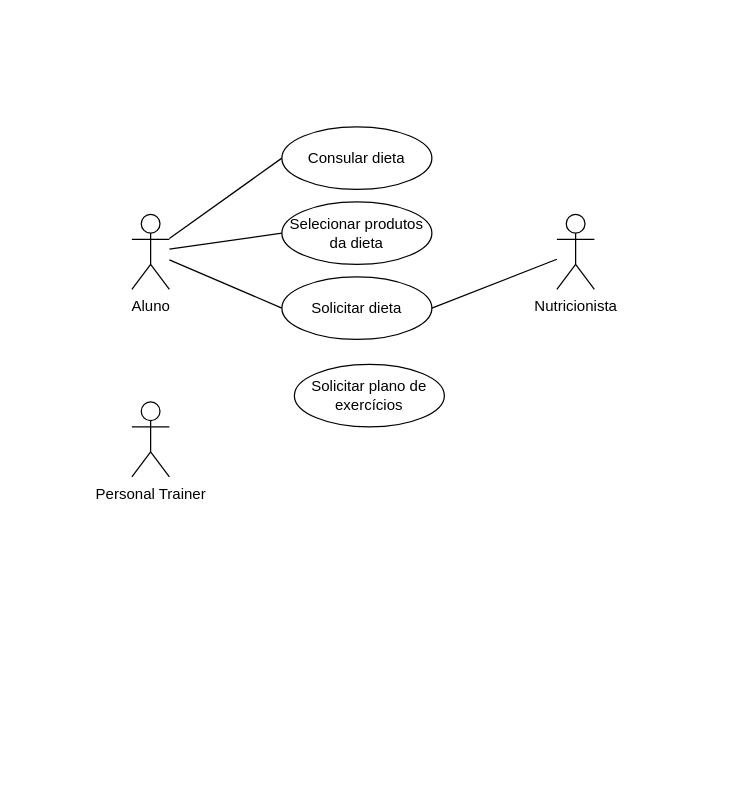
LucBonnet/projeto-ES-FEI keeps this draw.io diagram as CasosDeUso.drawio. Above is the earlier version. Source tidied: cells renumbered, new cells numbered last; positions are measured from the earlier drawing's top-left corner, leaving out a move shared by most shapes. Both pictures are drawn from the tidied source at 125%, with x=0, y=0 at pixel (131, 126).
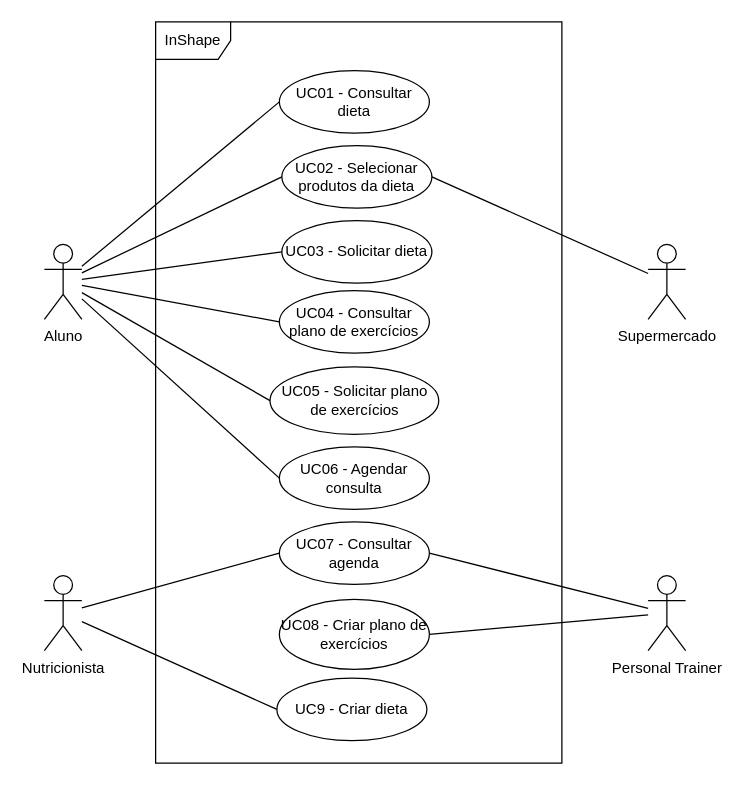
The same page after the edit.

Commit message:
Correção do diagrama de casos de uso

Change to the diagram source:
```diff
@@
+    <mxCell id="13" style="rounded=0;jettySize=auto;html=1;entryX=0;entryY=0.5;entryDx=0;entryDy=0;endArrow=none;endFill=0;" parent="1" edge="1" source="4" target="23">
+      <mxGeometry relative="1" as="geometry" />
+    </mxCell>
     <mxCell id="4" value="Aluno" style="shape=umlActor;verticalLabelPosition=bottom;verticalAlign=top;html=1;outlineConnect=0;" parent="1" vertex="1">
-      <mxGeometry y="70" width="30" height="60" as="geometry" />
+      <mxGeometry x="-70" y="94" width="30" height="60" as="geometry" />
     </mxCell>
-    <mxCell id="5" style="rounded=0;jettySize=auto;html=1;endArrow=none;endFill=0;entryX=1;entryY=0.5;entryDx=0;entryDy=0;" parent="1" edge="1" source="6" target="8">
-      <mxGeometry relative="1" as="geometry" />
-    </mxCell>
+    <mxCell id="14" style="rounded=0;jettySize=auto;html=1;entryX=0;entryY=0.5;entryDx=0;entryDy=0;endArrow=none;endFill=0;" parent="1" edge="1" source="6" target="12">
+      <mxGeometry relative="1" as="geometry" />
+    </mxCell>
+    <mxCell id="15" style="rounded=0;jettySize=auto;html=1;entryX=0;entryY=0.5;entryDx=0;entryDy=0;endArrow=none;endFill=0;" parent="1" edge="1" source="6" target="24">
+      <mxGeometry relative="1" as="geometry" />
+    </mxCell>
     <mxCell id="6" value="Nutricionista" style="shape=umlActor;verticalLabelPosition=bottom;verticalAlign=top;html=1;outlineConnect=0;" parent="1" vertex="1">
-      <mxGeometry x="340" y="70" width="30" height="60" as="geometry" />
+      <mxGeometry x="-70" y="359" width="30" height="60" as="geometry" />
     </mxCell>
+    <mxCell id="16" style="rounded=0;jettySize=auto;html=1;entryX=1;entryY=0.5;entryDx=0;entryDy=0;endArrow=none;endFill=0;" parent="1" edge="1" source="7" target="20">
+      <mxGeometry relative="1" as="geometry" />
+    </mxCell>
+    <mxCell id="17" style="rounded=0;jettySize=auto;html=1;entryX=1;entryY=0.5;entryDx=0;entryDy=0;endArrow=none;endFill=0;" parent="1" edge="1" source="7" target="24">
+      <mxGeometry relative="1" as="geometry" />
+    </mxCell>
     <mxCell id="7" value="Personal Trainer" style="shape=umlActor;verticalLabelPosition=bottom;verticalAlign=top;html=1;outlineConnect=0;" parent="1" vertex="1">
-      <mxGeometry y="220" width="30" height="60" as="geometry" />
+      <mxGeometry x="413" y="359" width="30" height="60" as="geometry" />
     </mxCell>
-    <mxCell id="8" value="Solicitar dieta" style="ellipse;whiteSpace=wrap;html=1;" parent="1" vertex="1">
-      <mxGeometry x="120" y="120" width="120" height="50" as="geometry" />
+    <mxCell id="8" value="UC03 - Solicitar dieta" style="ellipse;whiteSpace=wrap;html=1;" parent="1" vertex="1">
+      <mxGeometry x="120" y="75" width="120" height="50" as="geometry" />
     </mxCell>
-    <mxCell id="9" value="Consular dieta" style="ellipse;whiteSpace=wrap;html=1;" parent="1" vertex="1">
-      <mxGeometry x="120" width="120" height="50" as="geometry" />
+    <mxCell id="9" value="UC01 - Consultar dieta" style="ellipse;whiteSpace=wrap;html=1;" parent="1" vertex="1">
+      <mxGeometry x="118" y="-45" width="120" height="50" as="geometry" />
     </mxCell>
-    <mxCell id="10" value="Selecionar produtos da dieta" style="ellipse;whiteSpace=wrap;html=1;" parent="1" vertex="1">
-      <mxGeometry x="120" y="60" width="120" height="50" as="geometry" />
+    <mxCell id="10" value="UC02 - Selecionar produtos da dieta" style="ellipse;whiteSpace=wrap;html=1;" parent="1" vertex="1">
+      <mxGeometry x="120" y="15" width="120" height="50" as="geometry" />
     </mxCell>
@@
-    <mxCell id="12" value="Solicitar plano de exercícios" style="ellipse;whiteSpace=wrap;html=1;" parent="1" vertex="1">
-      <mxGeometry x="130" y="190" width="120" height="50" as="geometry" />
+    <mxCell id="12" value="UC9 - Criar dieta" style="ellipse;whiteSpace=wrap;html=1;" parent="1" vertex="1">
+      <mxGeometry x="116" y="441" width="120" height="50" as="geometry" />
     </mxCell>
+    <mxCell id="18" value="UC05 - Solicitar plano de exercícios" style="ellipse;whiteSpace=wrap;html=1;" parent="1" vertex="1">
+      <mxGeometry x="110.5" y="192" width="135" height="54" as="geometry" />
+    </mxCell>
+    <mxCell id="19" value="UC04 - Consultar plano de exercícios" style="ellipse;whiteSpace=wrap;html=1;" parent="1" vertex="1">
+      <mxGeometry x="118" y="131" width="120" height="50" as="geometry" />
+    </mxCell>
+    <mxCell id="20" value="UC08 - Criar plano de exercícios" style="ellipse;whiteSpace=wrap;html=1;" parent="1" vertex="1">
+      <mxGeometry x="118" y="378" width="120" height="56" as="geometry" />
+    </mxCell>
+    <mxCell id="21" style="rounded=0;jettySize=auto;html=1;startArrow=none;startFill=0;endArrow=none;endFill=0;entryX=0;entryY=0.5;entryDx=0;entryDy=0;" parent="1" edge="1" source="4" target="19">
+      <mxGeometry relative="1" as="geometry" />
+    </mxCell>
+    <mxCell id="22" style="rounded=0;jettySize=auto;html=1;startArrow=none;startFill=0;endArrow=none;endFill=0;entryX=0;entryY=0.5;entryDx=0;entryDy=0;" parent="1" edge="1" source="4" target="18">
+      <mxGeometry relative="1" as="geometry" />
+    </mxCell>
+    <mxCell id="23" value="UC06 - Agendar consulta" style="ellipse;whiteSpace=wrap;html=1;" parent="1" vertex="1">
+      <mxGeometry x="118" y="256" width="120" height="50" as="geometry" />
+    </mxCell>
+    <mxCell id="24" value="UC07 - Consultar agenda" style="ellipse;whiteSpace=wrap;html=1;" parent="1" vertex="1">
+      <mxGeometry x="118" y="316" width="120" height="50" as="geometry" />
+    </mxCell>
+    <mxCell id="25" value="InShape" style="shape=umlFrame;whiteSpace=wrap;html=1;" parent="1" vertex="1">
+      <mxGeometry x="19" y="-84" width="325" height="593" as="geometry" />
+    </mxCell>
+    <mxCell id="26" style="rounded=0;jettySize=auto;html=1;entryX=1;entryY=0.5;entryDx=0;entryDy=0;endArrow=none;endFill=0;" parent="1" edge="1" source="27" target="10">
+      <mxGeometry relative="1" as="geometry" />
+    </mxCell>
+    <mxCell id="27" value="Supermercado" style="shape=umlActor;verticalLabelPosition=bottom;verticalAlign=top;html=1;outlineConnect=0;" parent="1" vertex="1">
+      <mxGeometry x="413" y="94" width="30" height="60" as="geometry" />
+    </mxCell>
```
